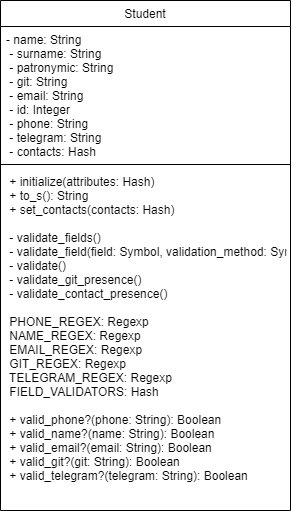
Above: student3/Student.png in ChlnCh0pa/ruby1 (draw.io), before the change. Source tidied: cells renumbered, new cells last; positions are measured from the earlier drawing's top-left corner, leaving out a move shared by most shapes.
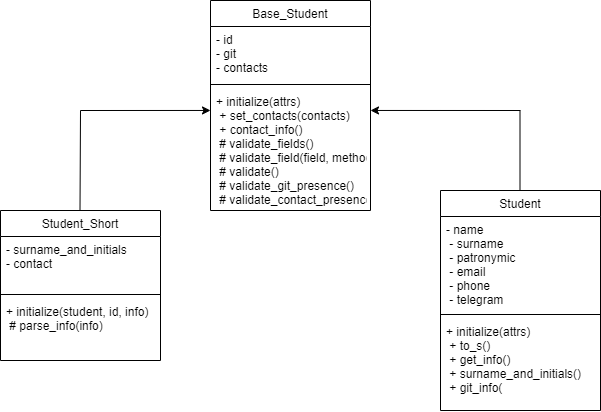
Later version of the same file.

Commit message:
Lab2_Task2.6. Udpate student.png

The edit, as a diff of the source:
```diff
@@ -1,18 +1,64 @@
-<mxGraphModel>
+<mxGraphModel background="#ffffff">
   <root>
     <mxCell id="0" />
     <mxCell id="1" parent="0" />
-    <mxCell id="2" value="Student" style="swimlane;fontStyle=0;align=center;verticalAlign=top;horizontal=1;startSize=26;rounded=0;shadow=0;strokeWidth=1;" parent="1" vertex="1">
-      <mxGeometry width="290" height="510" as="geometry" />
+    <mxCell id="2" value="Base_Student" style="swimlane;fontStyle=0;align=center;verticalAlign=top;horizontal=1;startSize=26;rounded=0;shadow=0;strokeWidth=1;" parent="1" vertex="1">
+      <mxGeometry width="160" height="210" as="geometry" />
     </mxCell>
-    <mxCell id="3" value="- name: String      &#10; - surname: String   &#10; - patronymic: String&#10; - git: String       &#10; - email: String     &#10; - id: Integer       &#10; - phone: String     &#10; - telegram: String  &#10; - contacts: Hash" style="text;align=left;verticalAlign=top;spacingLeft=4;spacingRight=4;overflow=hidden;rounded=0;shadow=0;html=0;" parent="2" vertex="1">
-      <mxGeometry y="26" width="290" height="134" as="geometry" />
+    <mxCell id="3" value="- id                &#10;- git               &#10;- contacts" style="text;align=left;verticalAlign=top;spacingLeft=4;spacingRight=4;overflow=hidden;rounded=0;shadow=0;html=0;" parent="2" vertex="1">
+      <mxGeometry y="26" width="160" height="54" as="geometry" />
     </mxCell>
     <mxCell id="4" style="line;html=1;strokeWidth=1;align=left;verticalAlign=middle;spacingTop=-1;spacingLeft=3;spacingRight=3;labelPosition=right;" parent="2" vertex="1">
-      <mxGeometry y="160" width="290" height="8" as="geometry" />
+      <mxGeometry y="80" width="160" height="8" as="geometry" />
     </mxCell>
-    <mxCell id="5" value=" + initialize(attributes: Hash) &#10; + to_s(): String              &#10; + set_contacts(contacts: Hash)&#10;&#10; - validate_fields()            &#10; - validate_field(field: Symbol, validation_method: Symbol) &#10; - validate()                   &#10; - validate_git_presence()      &#10; - validate_contact_presence()  &#10;&#10; PHONE_REGEX: Regexp           &#10; NAME_REGEX: Regexp            &#10; EMAIL_REGEX: Regexp           &#10; GIT_REGEX: Regexp             &#10; TELEGRAM_REGEX: Regexp        &#10; FIELD_VALIDATORS: Hash        &#10;&#10; + valid_phone?(phone: String): Boolean &#10; + valid_name?(name: String): Boolean   &#10; + valid_email?(email: String): Boolean  &#10; + valid_git?(git: String): Boolean      &#10; + valid_telegram?(telegram: String): Boolean   " style="text;align=left;verticalAlign=top;spacingLeft=4;spacingRight=4;overflow=hidden;points=[[0,0.5],[1,0.5]];portConstraint=eastwest;" parent="2" vertex="1">
-      <mxGeometry y="168" width="290" height="316" as="geometry" />
+    <mxCell id="5" value="+ initialize(attrs) &#10; + set_contacts(contacts) &#10; + contact_info()    &#10; # validate_fields() &#10; # validate_field(field, method) &#10; # validate()       &#10; # validate_git_presence() &#10; # validate_contact_presence()" style="text;align=left;verticalAlign=top;spacingLeft=4;spacingRight=4;overflow=hidden;points=[[0,0.5],[1,0.5]];portConstraint=eastwest;" parent="2" vertex="1">
+      <mxGeometry y="88" width="160" height="122" as="geometry" />
     </mxCell>
+    <mxCell id="6" value="Student" style="swimlane;fontStyle=0;align=center;verticalAlign=top;horizontal=1;startSize=26;rounded=0;shadow=0;strokeWidth=1;" parent="1" vertex="1">
+      <mxGeometry x="230" y="190" width="160" height="220" as="geometry" />
+    </mxCell>
+    <mxCell id="7" value="- name              &#10; - surname           &#10; - patronymic       &#10; - email             &#10; - phone             &#10; - telegram" style="text;align=left;verticalAlign=top;spacingLeft=4;spacingRight=4;overflow=hidden;rounded=0;shadow=0;html=0;" parent="6" vertex="1">
+      <mxGeometry y="26" width="160" height="94" as="geometry" />
+    </mxCell>
+    <mxCell id="8" style="line;html=1;strokeWidth=1;align=left;verticalAlign=middle;spacingTop=-1;spacingLeft=3;spacingRight=3;labelPosition=right;" parent="6" vertex="1">
+      <mxGeometry y="120" width="160" height="8" as="geometry" />
+    </mxCell>
+    <mxCell id="9" value="+ initialize(attrs) &#10; + to_s()            &#10; + get_info()        &#10; + surname_and_initials() &#10; + git_info(" style="text;align=left;verticalAlign=top;spacingLeft=4;spacingRight=4;overflow=hidden;" parent="6" vertex="1">
+      <mxGeometry y="128" width="160" height="90" as="geometry" />
+    </mxCell>
+    <mxCell id="10" value="Student_Short" style="swimlane;fontStyle=0;align=center;verticalAlign=top;horizontal=1;startSize=26;rounded=0;shadow=0;strokeWidth=1;" parent="1" vertex="1">
+      <mxGeometry x="-210" y="210" width="160" height="150" as="geometry" />
+    </mxCell>
+    <mxCell id="11" value="- surname_and_initials &#10;- contact" style="text;align=left;verticalAlign=top;spacingLeft=4;spacingRight=4;overflow=hidden;rounded=0;shadow=0;html=0;" parent="10" vertex="1">
+      <mxGeometry y="26" width="160" height="54" as="geometry" />
+    </mxCell>
+    <mxCell id="12" style="line;html=1;strokeWidth=1;align=left;verticalAlign=middle;spacingTop=-1;spacingLeft=3;spacingRight=3;labelPosition=right;" parent="10" vertex="1">
+      <mxGeometry y="80" width="160" height="8" as="geometry" />
+    </mxCell>
+    <mxCell id="13" value="+ initialize(student, id, info) &#10; # parse_info(info)" style="text;align=left;verticalAlign=top;spacingLeft=4;spacingRight=4;overflow=hidden;" parent="10" vertex="1">
+      <mxGeometry y="88" width="160" height="62" as="geometry" />
+    </mxCell>
+    <mxCell id="14" style="endArrow=none;html=1;rounded=0;" parent="1" edge="1">
+      <mxGeometry relative="1" as="geometry">
+        <mxPoint x="-130.5" y="210" as="sourcePoint" />
+        <mxPoint x="-130" y="110" as="targetPoint" />
+      </mxGeometry>
+    </mxCell>
+    <mxCell id="15" style="endArrow=classic;html=1;rounded=0;entryX=0;entryY=0.18;entryDx=0;entryDy=0;entryPerimeter=0;" parent="1" edge="1" target="5">
+      <mxGeometry relative="1" as="geometry">
+        <mxPoint x="-130" y="110" as="sourcePoint" />
+      </mxGeometry>
+    </mxCell>
+    <mxCell id="16" style="endArrow=none;html=1;rounded=0;" parent="1" edge="1">
+      <mxGeometry relative="1" as="geometry">
+        <mxPoint x="309.5" y="190" as="sourcePoint" />
+        <mxPoint x="309.5" y="110" as="targetPoint" />
+      </mxGeometry>
+    </mxCell>
+    <mxCell id="17" style="endArrow=classic;html=1;rounded=0;entryX=1;entryY=0.18;entryDx=0;entryDy=0;entryPerimeter=0;" parent="1" edge="1" target="5">
+      <mxGeometry relative="1" as="geometry">
+        <mxPoint x="310" y="110" as="sourcePoint" />
+      </mxGeometry>
+    </mxCell>
   </root>
 </mxGraphModel>
```
